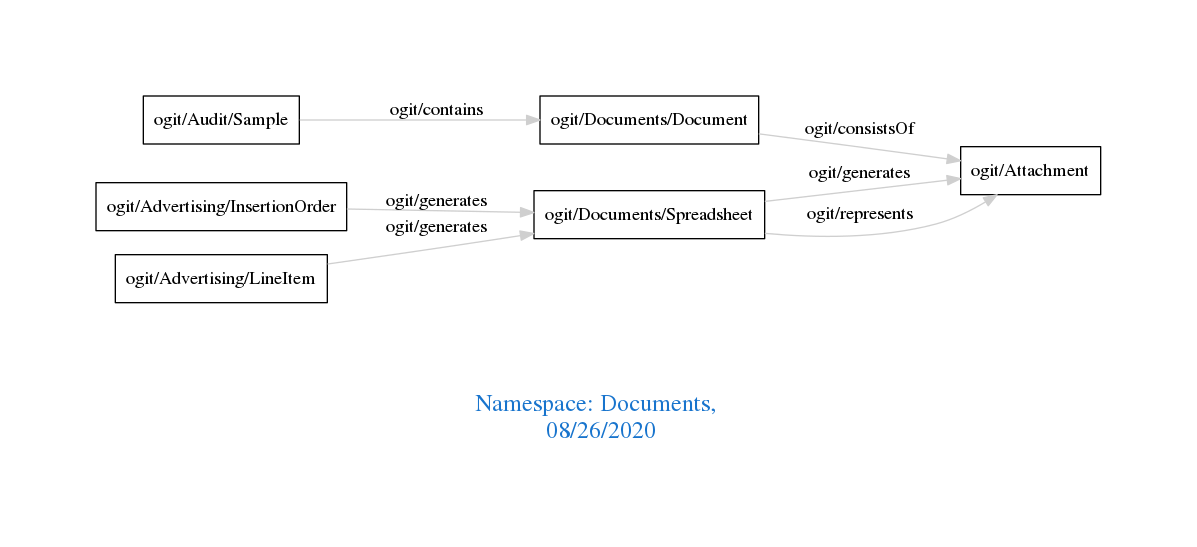
Above: downloads/Documents.png in arago/OGIT (Graphviz), before the change. Its source is kept beside it as downloads/Documents.dot.
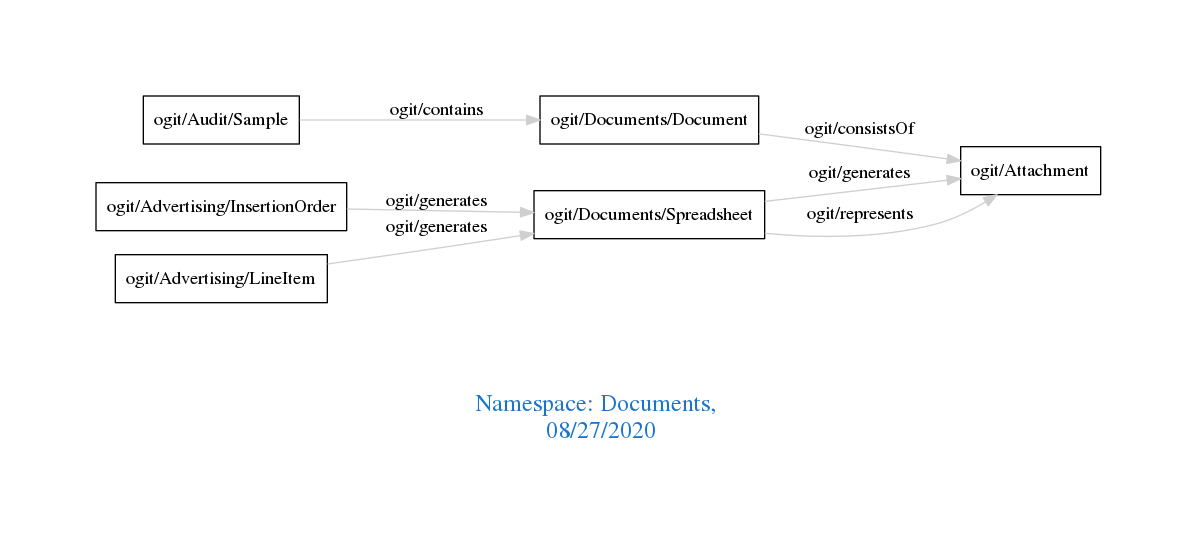
After the commit.

Diff of the diagram source:
```diff
@@ -1,7 +1,7 @@
 digraph OGIT_ontology {
  graph [ rankdir= LR,pad=1
 fontsize = 18,
-fontcolor= dodgerblue3,label = "\n\n\nNamespace: Documents, \n 08/26/2020"];
+fontcolor= dodgerblue3,label = "\n\n\nNamespace: Documents, \n 08/27/2020"];
 node[shape=polygon];
 edge [  color="gray81"];
 
```
